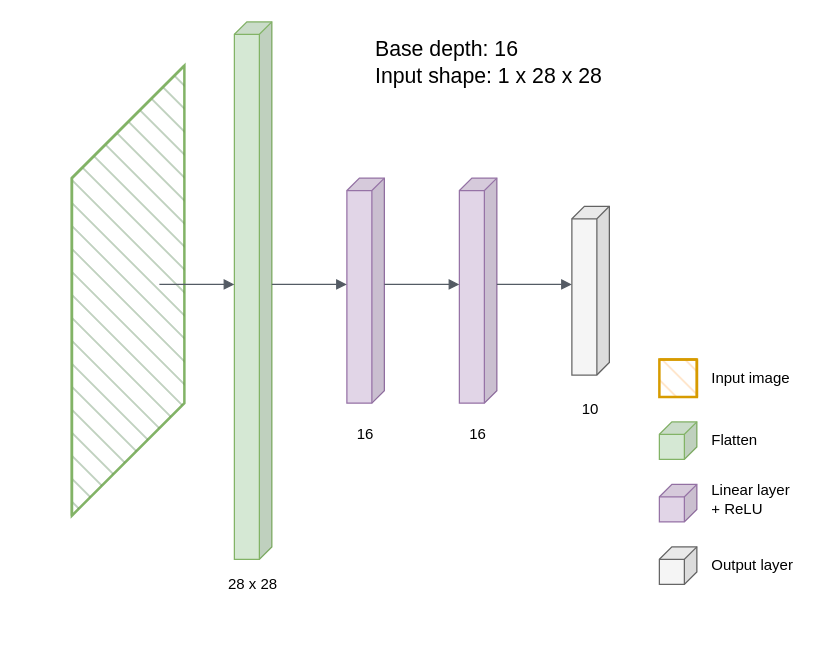
Above: res/MLP.drawio in lmartinez2001/Resources (draw.io), before the change. Source tidied: cells renumbered, new cells numbered last; positions are measured from the earlier drawing's top-left corner, leaving out a move shared by most shapes. Both pictures are drawn from the tidied source at 125%, with x=0, y=0 at pixel (21, 21).
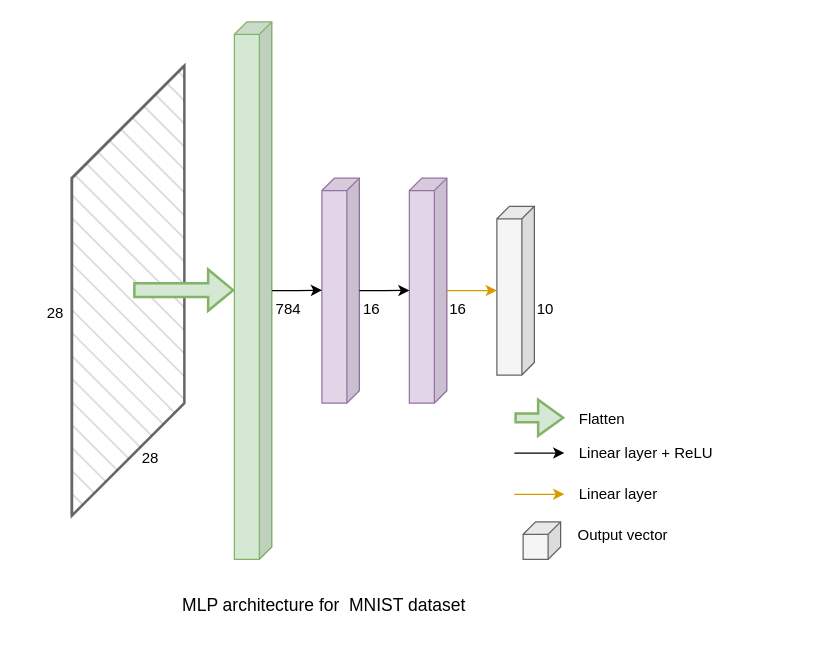
Above is the later version.

Change to the diagram source:
```diff
@@
-    <mxCell id="2" style="group;" parent="1" vertex="1">
-      <mxGeometry width="630" height="460" as="geometry" />
-    </mxCell>
+    <mxCell id="25" style="edgeStyle=orthogonalEdgeStyle;rounded=0;jettySize=auto;html=1;" parent="1" edge="1" source="3" target="4">
+      <mxGeometry relative="1" as="geometry" />
+    </mxCell>
-    <mxCell id="3" style="shape=cube;whiteSpace=wrap;html=1;boundedLbl=1;backgroundOutline=1;darkOpacity=0.05;darkOpacity2=0.1;flipH=1;size=90;fillColor=#d5e8d4;strokeColor=#82b366;fillStyle=hatch;strokeWidth=2;" parent="2" vertex="1">
+    <mxCell id="3" style="shape=cube;whiteSpace=wrap;html=1;boundedLbl=1;backgroundOutline=1;darkOpacity=0.05;darkOpacity2=0.1;flipH=1;size=90;fillColor=#f5f5f5;strokeColor=#666666;fillStyle=hatch;strokeWidth=2;fontColor=#333333;" parent="1" vertex="1">
       <mxGeometry x="40" y="35" width="90" height="360" as="geometry" />
     </mxCell>
-    <mxCell id="4" style="shape=cube;whiteSpace=wrap;html=1;boundedLbl=1;backgroundOutline=1;darkOpacity=0.05;darkOpacity2=0.1;flipH=1;size=10;fillColor=#d5e8d4;strokeColor=#82b366;" parent="2" vertex="1">
+    <mxCell id="4" style="shape=cube;whiteSpace=wrap;html=1;boundedLbl=1;backgroundOutline=1;darkOpacity=0.05;darkOpacity2=0.1;flipH=1;size=10;fillColor=#d5e8d4;strokeColor=#82b366;" parent="1" vertex="1">
       <mxGeometry x="170" width="30" height="430" as="geometry" />
     </mxCell>
-    <mxCell id="5" style="shape=cube;whiteSpace=wrap;html=1;boundedLbl=1;backgroundOutline=1;darkOpacity=0.05;darkOpacity2=0.1;flipH=1;size=10;fillColor=#e1d5e7;strokeColor=#9673a6;" parent="2" vertex="1">
-      <mxGeometry x="260" y="125" width="30" height="180" as="geometry" />
+    <mxCell id="5" style="shape=cube;whiteSpace=wrap;html=1;boundedLbl=1;backgroundOutline=1;darkOpacity=0.05;darkOpacity2=0.1;flipH=1;size=10;fillColor=#e1d5e7;strokeColor=#9673a6;" parent="1" vertex="1">
+      <mxGeometry x="240" y="125" width="30" height="180" as="geometry" />
     </mxCell>
-    <mxCell id="6" style="shape=cube;whiteSpace=wrap;html=1;boundedLbl=1;backgroundOutline=1;darkOpacity=0.05;darkOpacity2=0.1;flipH=1;size=10;fillColor=#e1d5e7;strokeColor=#9673a6;" parent="2" vertex="1">
-      <mxGeometry x="350" y="125" width="30" height="180" as="geometry" />
+    <mxCell id="6" style="shape=cube;whiteSpace=wrap;html=1;boundedLbl=1;backgroundOutline=1;darkOpacity=0.05;darkOpacity2=0.1;flipH=1;size=10;fillColor=#e1d5e7;strokeColor=#9673a6;" parent="1" vertex="1">
+      <mxGeometry x="310" y="125" width="30" height="180" as="geometry" />
     </mxCell>
-    <mxCell id="7" style="shape=cube;whiteSpace=wrap;html=1;boundedLbl=1;backgroundOutline=1;darkOpacity=0.05;darkOpacity2=0.1;flipH=1;size=10;fillColor=#f5f5f5;fontColor=#333333;strokeColor=#666666;" parent="2" vertex="1">
-      <mxGeometry x="440" y="147.5" width="30" height="135" as="geometry" />
+    <mxCell id="7" style="shape=cube;whiteSpace=wrap;html=1;boundedLbl=1;backgroundOutline=1;darkOpacity=0.05;darkOpacity2=0.1;flipH=1;size=10;fillColor=#f5f5f5;fontColor=#333333;strokeColor=#666666;" parent="1" vertex="1">
+      <mxGeometry x="380" y="147.5" width="30" height="135" as="geometry" />
     </mxCell>
-    <mxCell id="8" style="edgeStyle=orthogonalEdgeStyle;html=1;endArrow=block;elbow=vertical;startArrow=none;endFill=1;strokeColor=#545B64;rounded=0;" parent="2" edge="1">
-      <mxGeometry relative="1" as="geometry">
-        <mxPoint x="200" y="210" as="sourcePoint" />
-        <mxPoint x="260" y="210" as="targetPoint" />
-      </mxGeometry>
-    </mxCell>
-    <mxCell id="9" style="edgeStyle=orthogonalEdgeStyle;html=1;endArrow=block;elbow=vertical;startArrow=none;endFill=1;strokeColor=#545B64;rounded=0;" parent="2" edge="1">
-      <mxGeometry relative="1" as="geometry">
-        <mxPoint x="290" y="210" as="sourcePoint" />
-        <mxPoint x="350" y="210" as="targetPoint" />
-      </mxGeometry>
-    </mxCell>
-    <mxCell id="10" style="edgeStyle=orthogonalEdgeStyle;html=1;endArrow=block;elbow=vertical;startArrow=none;endFill=1;strokeColor=#545B64;rounded=0;" parent="2" edge="1">
-      <mxGeometry relative="1" as="geometry">
-        <mxPoint x="380" y="210" as="sourcePoint" />
-        <mxPoint x="440" y="210" as="targetPoint" />
-      </mxGeometry>
-    </mxCell>
-    <mxCell id="11" style="edgeStyle=orthogonalEdgeStyle;html=1;endArrow=block;elbow=vertical;startArrow=none;endFill=1;strokeColor=#545B64;rounded=0;" parent="2" edge="1">
-      <mxGeometry relative="1" as="geometry">
-        <mxPoint x="110" y="210" as="sourcePoint" />
-        <mxPoint x="170" y="210" as="targetPoint" />
-      </mxGeometry>
-    </mxCell>
-    <mxCell id="12" value="28 x 28" style="text;html=1;strokeColor=none;fillColor=none;align=center;verticalAlign=middle;whiteSpace=wrap;rounded=0;" parent="2" vertex="1">
-      <mxGeometry x="160" y="440" width="50" height="20" as="geometry" />
-    </mxCell>
-    <mxCell id="13" value="16" style="text;html=1;strokeColor=none;fillColor=none;align=center;verticalAlign=middle;whiteSpace=wrap;rounded=0;" parent="2" vertex="1">
-      <mxGeometry x="260" y="320" width="30" height="20" as="geometry" />
+    <mxCell id="13" value="16" style="text;html=1;strokeColor=none;fillColor=none;align=center;verticalAlign=middle;whiteSpace=wrap;rounded=0;" parent="1" vertex="1">
+      <mxGeometry x="334" y="220" width="30" height="20" as="geometry" />
     </mxCell>
-    <mxCell id="14" value="16" style="text;html=1;strokeColor=none;fillColor=none;align=center;verticalAlign=middle;whiteSpace=wrap;rounded=0;" parent="2" vertex="1">
-      <mxGeometry x="350" y="320" width="30" height="20" as="geometry" />
+    <mxCell id="14" value="16" style="text;html=1;strokeColor=none;fillColor=none;align=center;verticalAlign=middle;whiteSpace=wrap;rounded=0;" parent="1" vertex="1">
+      <mxGeometry x="265" y="220" width="30" height="20" as="geometry" />
     </mxCell>
-    <mxCell id="15" value="10" style="text;html=1;strokeColor=none;fillColor=none;align=center;verticalAlign=middle;whiteSpace=wrap;rounded=0;" parent="2" vertex="1">
-      <mxGeometry x="440" y="300" width="30" height="20" as="geometry" />
+    <mxCell id="15" value="10" style="text;html=1;strokeColor=none;fillColor=none;align=center;verticalAlign=middle;whiteSpace=wrap;rounded=0;" parent="1" vertex="1">
+      <mxGeometry x="404" y="220" width="30" height="20" as="geometry" />
     </mxCell>
-    <mxCell id="16" style="shape=cube;whiteSpace=wrap;html=1;boundedLbl=1;backgroundOutline=1;darkOpacity=0.05;darkOpacity2=0.1;flipH=1;size=0;fillColor=#ffe6cc;strokeColor=#d79b00;fillStyle=hatch;strokeWidth=2;" parent="2" vertex="1">
-      <mxGeometry x="510" y="270" width="30" height="30" as="geometry" />
-    </mxCell>
-    <mxCell id="17" style="shape=cube;whiteSpace=wrap;html=1;boundedLbl=1;backgroundOutline=1;darkOpacity=0.05;darkOpacity2=0.1;flipH=1;size=10;fillColor=#d5e8d4;strokeColor=#82b366;" parent="2" vertex="1">
-      <mxGeometry x="510" y="320" width="30" height="30" as="geometry" />
-    </mxCell>
-    <mxCell id="18" style="shape=cube;whiteSpace=wrap;html=1;boundedLbl=1;backgroundOutline=1;darkOpacity=0.05;darkOpacity2=0.1;flipH=1;size=10;fillColor=#e1d5e7;strokeColor=#9673a6;" parent="2" vertex="1">
-      <mxGeometry x="510" y="370" width="30" height="30" as="geometry" />
-    </mxCell>
-    <mxCell id="19" style="shape=cube;whiteSpace=wrap;html=1;boundedLbl=1;backgroundOutline=1;darkOpacity=0.05;darkOpacity2=0.1;flipH=1;size=10;fillColor=#f5f5f5;strokeColor=#666666;fontColor=#333333;" parent="2" vertex="1">
-      <mxGeometry x="510" y="420" width="30" height="30" as="geometry" />
+    <mxCell id="19" style="shape=cube;whiteSpace=wrap;html=1;boundedLbl=1;backgroundOutline=1;darkOpacity=0.05;darkOpacity2=0.1;flipH=1;size=10;fillColor=#f5f5f5;strokeColor=#666666;fontColor=#333333;" parent="1" vertex="1">
+      <mxGeometry x="401" y="400" width="30" height="30" as="geometry" />
     </mxCell>
-    <mxCell id="20" value="Input image" style="text;html=1;strokeColor=none;fillColor=none;align=left;verticalAlign=middle;whiteSpace=wrap;rounded=0;" parent="2" vertex="1">
-      <mxGeometry x="550" y="270" width="70" height="30" as="geometry" />
-    </mxCell>
-    <mxCell id="21" value="Flatten" style="text;html=1;strokeColor=none;fillColor=none;align=left;verticalAlign=middle;whiteSpace=wrap;rounded=0;" parent="2" vertex="1">
-      <mxGeometry x="550" y="320" width="70" height="30" as="geometry" />
+    <mxCell id="21" value="Flatten" style="text;html=1;strokeColor=none;fillColor=none;align=left;verticalAlign=middle;whiteSpace=wrap;rounded=0;" parent="1" vertex="1">
+      <mxGeometry x="444" y="303" width="70" height="30" as="geometry" />
     </mxCell>
-    <mxCell id="22" value="Linear layer&lt;br&gt;+ ReLU" style="text;html=1;strokeColor=none;fillColor=none;align=left;verticalAlign=middle;whiteSpace=wrap;rounded=0;" parent="2" vertex="1">
-      <mxGeometry x="550" y="367" width="80" height="30" as="geometry" />
+    <mxCell id="22" value="Linear layer + ReLU" style="text;html=1;strokeColor=none;fillColor=none;align=left;verticalAlign=middle;whiteSpace=wrap;rounded=0;" parent="1" vertex="1">
+      <mxGeometry x="444" y="330" width="140" height="30" as="geometry" />
     </mxCell>
-    <mxCell id="23" value="Output layer" style="text;html=1;strokeColor=none;fillColor=none;align=left;verticalAlign=middle;whiteSpace=wrap;rounded=0;" parent="2" vertex="1">
-      <mxGeometry x="550" y="420" width="70" height="30" as="geometry" />
+    <mxCell id="23" value="Output vector" style="text;html=1;strokeColor=none;fillColor=none;align=left;verticalAlign=middle;whiteSpace=wrap;rounded=0;" parent="1" vertex="1">
+      <mxGeometry x="443" y="396" width="90" height="30" as="geometry" />
     </mxCell>
-    <mxCell id="24" value="&lt;font style=&quot;font-size: 17px;&quot;&gt;Base depth: 16&lt;br&gt;Input shape: 1 x 28 x 28&lt;/font&gt;" style="text;html=1;strokeColor=none;fillColor=none;align=left;verticalAlign=middle;whiteSpace=wrap;rounded=0;" parent="2" vertex="1">
-      <mxGeometry x="281" width="225" height="65" as="geometry" />
-    </mxCell>
+    <mxCell id="26" style="html=1;labelBackgroundColor=#ffffff;endArrow=classic;endFill=1;jettySize=auto;orthogonalLoop=1;strokeWidth=2;fontSize=14;rounded=0;entryX=1.007;entryY=0.5;entryDx=0;entryDy=0;entryPerimeter=0;exitX=0.502;exitY=0.47;exitDx=0;exitDy=0;exitPerimeter=0;shape=flexArrow;fillColor=#d5e8d4;strokeColor=#82b366;" parent="1" edge="1">
+      <mxGeometry relative="1" as="geometry">
+        <mxPoint x="89" y="214.6" as="sourcePoint" />
+        <mxPoint x="170" y="214.6" as="targetPoint" />
+      </mxGeometry>
+    </mxCell>
+    <mxCell id="27" style="html=1;labelBackgroundColor=#ffffff;endArrow=classic;endFill=1;jettySize=auto;orthogonalLoop=1;strokeWidth=2;fontSize=14;rounded=0;shape=flexArrow;fillColor=#d5e8d4;strokeColor=#82b366;width=6;endSize=6;targetPerimeterSpacing=0;sourcePerimeterSpacing=0;startSize=6;" parent="1" edge="1">
+      <mxGeometry relative="1" as="geometry">
+        <mxPoint x="394" y="316.7" as="sourcePoint" />
+        <mxPoint x="434" y="316.7" as="targetPoint" />
+      </mxGeometry>
+    </mxCell>
+    <mxCell id="28" style="edgeStyle=orthogonalEdgeStyle;rounded=0;jettySize=auto;html=1;entryX=0.996;entryY=0.498;entryDx=0;entryDy=0;entryPerimeter=0;" parent="1" edge="1" source="4" target="5">
+      <mxGeometry relative="1" as="geometry" />
+    </mxCell>
+    <mxCell id="29" style="edgeStyle=orthogonalEdgeStyle;rounded=0;jettySize=auto;html=1;entryX=0.996;entryY=0.499;entryDx=0;entryDy=0;entryPerimeter=0;" parent="1" edge="1" source="5" target="6">
+      <mxGeometry relative="1" as="geometry" />
+    </mxCell>
+    <mxCell id="30" style="edgeStyle=orthogonalEdgeStyle;rounded=0;jettySize=auto;html=1;entryX=0.999;entryY=0.499;entryDx=0;entryDy=0;entryPerimeter=0;fillColor=#ffe6cc;strokeColor=#d79b00;" parent="1" edge="1" source="6" target="7">
+      <mxGeometry relative="1" as="geometry" />
+    </mxCell>
+    <mxCell id="31" value="784" style="text;html=1;strokeColor=none;fillColor=none;align=center;verticalAlign=middle;whiteSpace=wrap;rounded=0;" parent="1" vertex="1">
+      <mxGeometry x="191" y="220" width="45" height="20" as="geometry" />
+    </mxCell>
+    <mxCell id="32" style="edgeStyle=orthogonalEdgeStyle;rounded=0;orthogonalLoop=1;jettySize=auto;html=1;entryX=0.996;entryY=0.499;entryDx=0;entryDy=0;entryPerimeter=0;" parent="1" edge="1">
+      <mxGeometry relative="1" as="geometry">
+        <mxPoint x="394" y="344.9" as="sourcePoint" />
+        <mxPoint x="434" y="344.9" as="targetPoint" />
+        <Array as="points">
+          <mxPoint x="415" y="344.9" />
+          <mxPoint x="415" y="344.9" />
+        </Array>
+      </mxGeometry>
+    </mxCell>
+    <mxCell id="33" value="Linear layer" style="text;html=1;strokeColor=none;fillColor=none;align=left;verticalAlign=middle;whiteSpace=wrap;rounded=0;" parent="1" vertex="1">
+      <mxGeometry x="444" y="363" width="140" height="30" as="geometry" />
+    </mxCell>
+    <mxCell id="34" style="edgeStyle=orthogonalEdgeStyle;rounded=0;orthogonalLoop=1;jettySize=auto;html=1;entryX=0.996;entryY=0.499;entryDx=0;entryDy=0;entryPerimeter=0;fillColor=#ffe6cc;strokeColor=#d79b00;" parent="1" edge="1">
+      <mxGeometry relative="1" as="geometry">
+        <mxPoint x="394" y="377.9" as="sourcePoint" />
+        <mxPoint x="434" y="377.9" as="targetPoint" />
+        <Array as="points">
+          <mxPoint x="415" y="377.9" />
+          <mxPoint x="415" y="377.9" />
+        </Array>
+      </mxGeometry>
+    </mxCell>
+    <mxCell id="35" value="28" style="text;html=1;strokeColor=none;fillColor=none;align=center;verticalAlign=middle;whiteSpace=wrap;rounded=0;" parent="1" vertex="1">
+      <mxGeometry x="88" y="339" width="30" height="20" as="geometry" />
+    </mxCell>
+    <mxCell id="36" value="28" style="text;html=1;strokeColor=none;fillColor=none;align=center;verticalAlign=middle;whiteSpace=wrap;rounded=0;" parent="1" vertex="1">
+      <mxGeometry x="12" y="223" width="30" height="20" as="geometry" />
+    </mxCell>
+    <mxCell id="37" value="MLP architecture for&amp;nbsp; MNIST dataset" style="text;html=1;strokeColor=none;fillColor=none;align=center;verticalAlign=middle;whiteSpace=wrap;rounded=0;fontSize=14;" parent="1" vertex="1">
+      <mxGeometry x="87" y="442" width="310" height="50" as="geometry" />
+    </mxCell>
```
